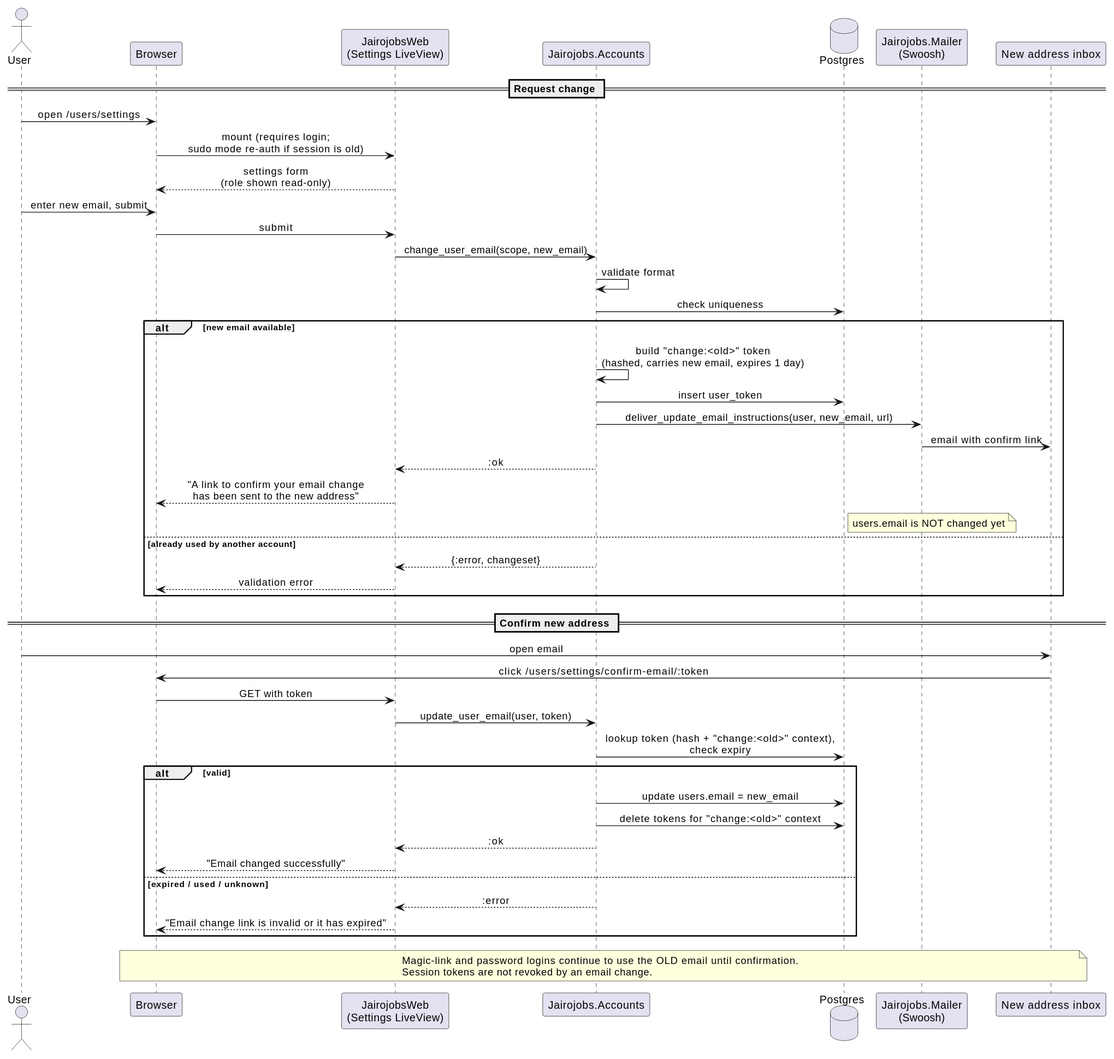
This is docs/specs/001-accounts-authentication/diagrams/sequence-change-email.svg from raseniero/jairojobs-elixir, a PlantUML export, as it was before one commit.
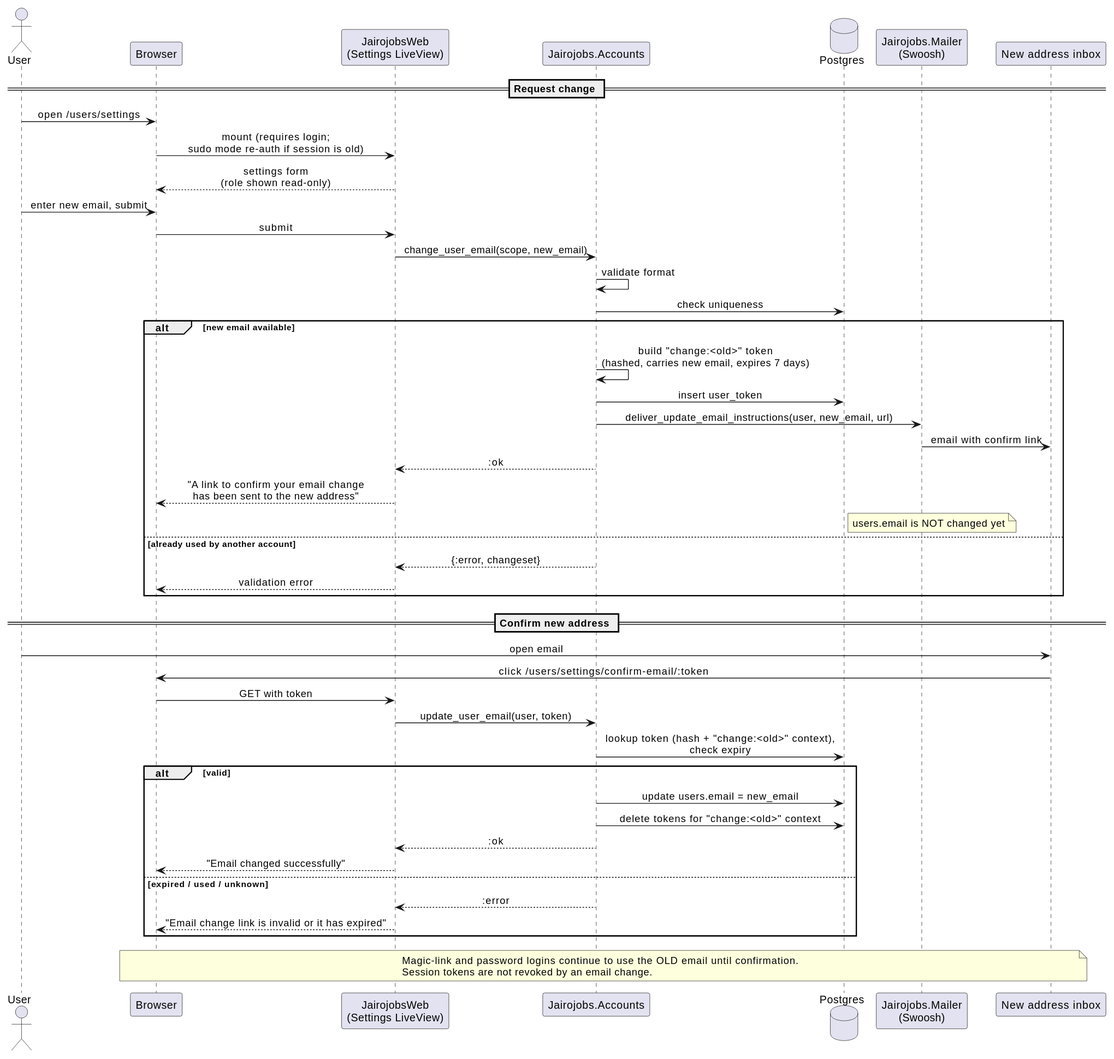
After the commit.

Commit message:
docs(spec 001): consistency fixes — generator token lifetimes, Post a job in employer nav, Release functions deferred

Change to the diagram source:
```diff
@@ -21,7 +21,7 @@
 ACC -> ACC : validate format
 ACC -> DB : check uniqueness
 alt new email available
-  ACC -> ACC : build "change:<old>" token\n(hashed, carries new email, expires 1 day)
+  ACC -> ACC : build "change:<old>" token\n(hashed, carries new email, expires 7 days)
   ACC -> DB : insert user_token
   ACC -> M : deliver_update_email_instructions(user, new_email, url)
   M -> NEW : email with confirm link
```
